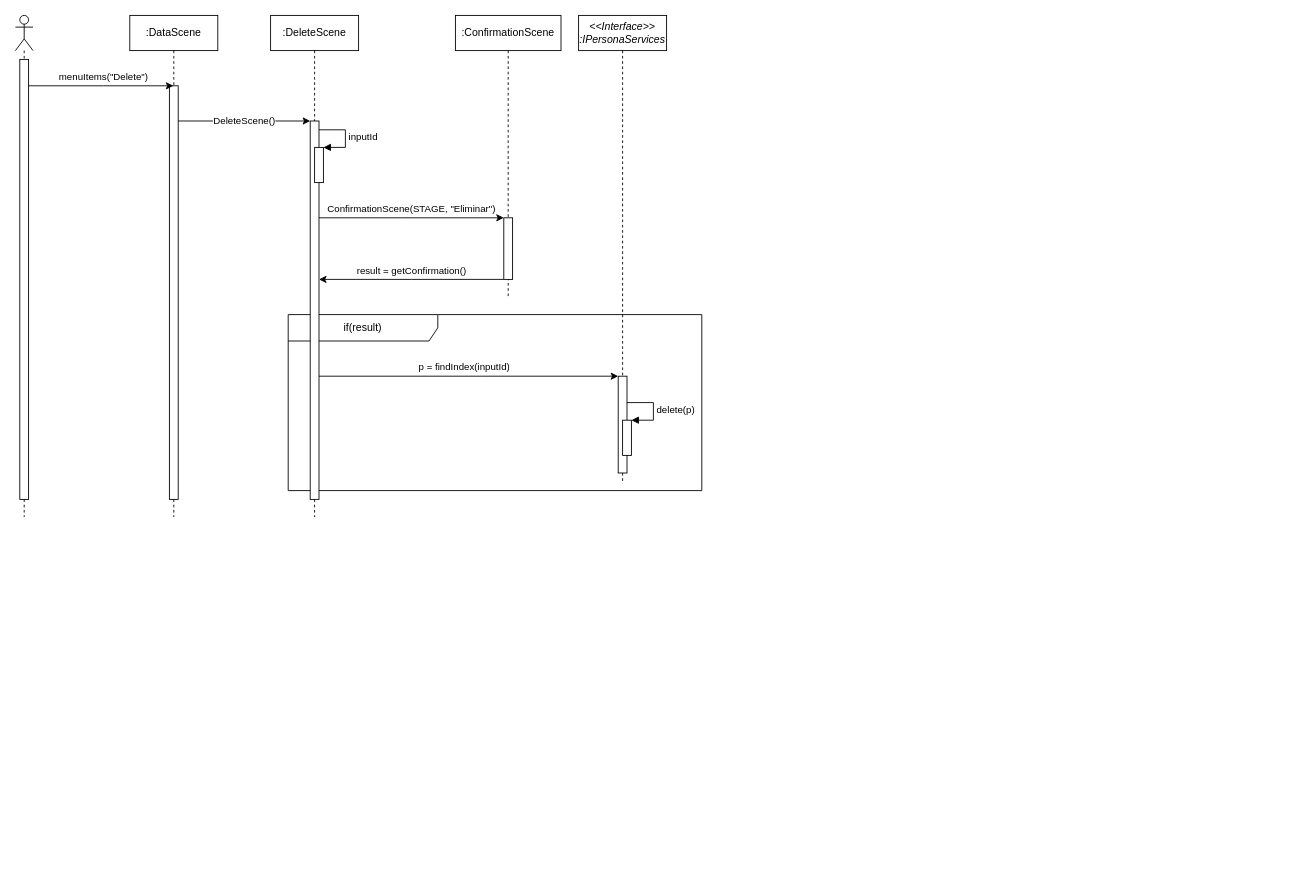
Above: Diagrams/DiagramofSequence-Delete.drawio in Cafeleyos/Entrega-parcial---David-Santos---Camilo-Mu-oz (draw.io), before the change. Source tidied: cells renumbered, new cells numbered last; positions are measured from the earlier drawing's top-left corner, leaving out a move shared by most shapes. Both pictures are drawn from the tidied source at 88%, with x=0, y=0 at pixel (15, 15).
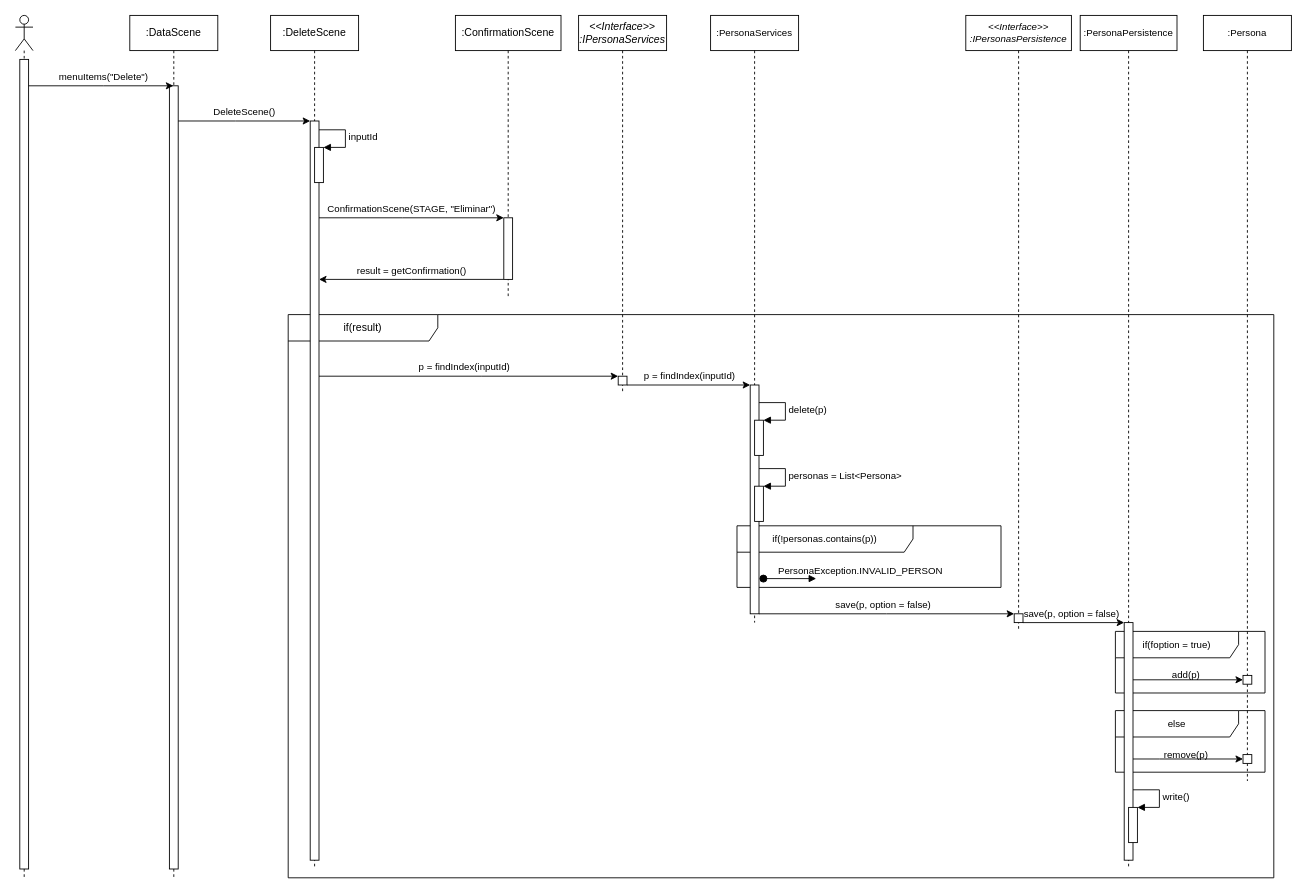
The same page after the edit.

Change to the diagram source:
```diff
@@
     <mxCell id="2" value="if(result)" style="shape=umlFrame;whiteSpace=wrap;html=1;width=170;height=30;" parent="1" vertex="1">
-      <mxGeometry x="310" y="340" width="470" height="200" as="geometry" />
+      <mxGeometry x="310" y="340" width="1120" height="640" as="geometry" />
     </mxCell>
+    <mxCell id="22" value="else" style="shape=umlFrame;whiteSpace=wrap;html=1;fontSize=11;width=140;height=30;" parent="1" vertex="1">
+      <mxGeometry x="1250" y="790" width="170" height="70" as="geometry" />
+    </mxCell>
+    <mxCell id="23" value="if(foption = true)" style="shape=umlFrame;whiteSpace=wrap;html=1;fontSize=11;width=140;height=30;" parent="1" vertex="1">
+      <mxGeometry x="1250" y="700" width="170" height="70" as="geometry" />
+    </mxCell>
+    <mxCell id="24" value="if(!personas.contains(p))" style="shape=umlFrame;whiteSpace=wrap;html=1;fontSize=11;width=200;height=30;" parent="1" vertex="1">
+      <mxGeometry x="820" y="580" width="300" height="70" as="geometry" />
+    </mxCell>
     <mxCell id="3" style="shape=umlLifeline;participant=umlActor;perimeter=lifelinePerimeter;whiteSpace=wrap;html=1;verticalAlign=top;spacingTop=36;" parent="1" vertex="1">
-      <mxGeometry width="20" height="570" as="geometry" />
+      <mxGeometry width="20" height="980" as="geometry" />
     </mxCell>
     <mxCell id="4" style="html=1;points=[];perimeter=orthogonalPerimeter;" parent="3" vertex="1">
-      <mxGeometry x="5" y="50" width="10" height="500" as="geometry" />
+      <mxGeometry x="5" y="50" width="10" height="920" as="geometry" />
     </mxCell>
     <mxCell id="5" value=":DataScene" style="shape=umlLifeline;perimeter=lifelinePerimeter;whiteSpace=wrap;html=1;outlineConnect=0;" parent="1" vertex="1">
-      <mxGeometry x="130" width="100" height="570" as="geometry" />
+      <mxGeometry x="130" width="100" height="980" as="geometry" />
     </mxCell>
     <mxCell id="6" style="html=1;points=[];perimeter=orthogonalPerimeter;" parent="5" vertex="1">
-      <mxGeometry x="45" y="80" width="10" height="470" as="geometry" />
+      <mxGeometry x="45" y="80" width="10" height="890" as="geometry" />
     </mxCell>
@@
     <mxCell id="8" value=":DeleteScene" style="shape=umlLifeline;perimeter=lifelinePerimeter;whiteSpace=wrap;html=1;" parent="1" vertex="1">
-      <mxGeometry x="290" width="100" height="570" as="geometry" />
+      <mxGeometry x="290" width="100" height="970" as="geometry" />
     </mxCell>
     <mxCell id="9" style="html=1;points=[];perimeter=orthogonalPerimeter;" parent="8" vertex="1">
-      <mxGeometry x="45" y="120" width="10" height="430" as="geometry" />
+      <mxGeometry x="45" y="120" width="10" height="840" as="geometry" />
     </mxCell>
@@
     <mxCell id="12" value="DeleteScene()" style="edgeStyle=orthogonalEdgeStyle;rounded=0;jettySize=auto;html=1;" parent="1" edge="1" source="6" target="9">
-      <mxGeometry relative="1" as="geometry">
+      <mxGeometry y="10" relative="1" as="geometry">
         <Array as="points">
           <mxPoint x="250" y="120" />
           <mxPoint x="250" y="120" />
         </Array>
       </mxGeometry>
     </mxCell>
@@
     <mxCell id="17" value="&amp;lt;&amp;lt;Interface&amp;gt;&amp;gt;&lt;br&gt;:IPersonaServices" style="shape=umlLifeline;perimeter=lifelinePerimeter;whiteSpace=wrap;html=1;fontStyle=2;" parent="1" vertex="1">
-      <mxGeometry x="640" width="100" height="530" as="geometry" />
+      <mxGeometry x="640" width="100" height="430" as="geometry" />
     </mxCell>
     <mxCell id="18" style="html=1;points=[];perimeter=orthogonalPerimeter;" parent="17" vertex="1">
-      <mxGeometry x="45" y="410" width="10" height="110" as="geometry" />
+      <mxGeometry x="45" y="410" width="10" height="10" as="geometry" />
     </mxCell>
-    <mxCell id="19" style="html=1;points=[];perimeter=orthogonalPerimeter;" parent="17" vertex="1">
-      <mxGeometry x="50" y="460" width="10" height="40" as="geometry" />
-    </mxCell>
+    <mxCell id="21" value="p = findIndex(inputId)" style="edgeStyle=orthogonalEdgeStyle;rounded=0;jettySize=auto;html=1;" parent="1" edge="1" source="9" target="18">
+      <mxGeometry x="-0.03" y="10" relative="1" as="geometry">
+        <Array as="points">
+          <mxPoint x="530" y="410" />
+          <mxPoint x="530" y="410" />
+        </Array>
+      </mxGeometry>
+    </mxCell>
+    <mxCell id="25" value=":PersonaServices" style="shape=umlLifeline;perimeter=lifelinePerimeter;whiteSpace=wrap;html=1;fontSize=11;" parent="1" vertex="1">
+      <mxGeometry x="790" width="100" height="690" as="geometry" />
+    </mxCell>
+    <mxCell id="26" style="html=1;points=[];perimeter=orthogonalPerimeter;fontSize=11;" parent="25" vertex="1">
+      <mxGeometry x="45" y="420" width="10" height="260" as="geometry" />
+    </mxCell>
+    <mxCell id="27" style="html=1;points=[];perimeter=orthogonalPerimeter;fontSize=11;" parent="25" vertex="1">
+      <mxGeometry x="50" y="460" width="10" height="40" as="geometry" />
+    </mxCell>
-    <mxCell id="20" value="delete(p)" style="edgeStyle=orthogonalEdgeStyle;html=1;align=left;spacingLeft=2;endArrow=block;rounded=0;entryX=1;entryY=0;" parent="17" edge="1" target="19">
+    <mxCell id="20" value="delete(p)" style="edgeStyle=orthogonalEdgeStyle;html=1;align=left;spacingLeft=2;endArrow=block;rounded=0;entryX=1;entryY=0;labelBackgroundColor=none;fontSize=11;endSize=6;" parent="25" edge="1" target="27">
       <mxGeometry relative="1" as="geometry">
         <mxPoint x="55" y="440" as="sourcePoint" />
         <Array as="points">
           <mxPoint x="85" y="440" />
         </Array>
       </mxGeometry>
     </mxCell>
-    <mxCell id="21" value="p = findIndex(inputId)" style="edgeStyle=orthogonalEdgeStyle;rounded=0;jettySize=auto;html=1;" parent="1" edge="1" source="9" target="18">
-      <mxGeometry x="-0.03" y="10" relative="1" as="geometry">
-        <Array as="points">
-          <mxPoint x="530" y="410" />
-          <mxPoint x="530" y="410" />
-        </Array>
-      </mxGeometry>
-    </mxCell>
+    <mxCell id="28" style="html=1;points=[];perimeter=orthogonalPerimeter;fontSize=11;" parent="25" vertex="1">
+      <mxGeometry x="50" y="535" width="10" height="40" as="geometry" />
+    </mxCell>
+    <mxCell id="29" value="personas = List&amp;lt;Persona&amp;gt;" style="edgeStyle=orthogonalEdgeStyle;html=1;align=left;spacingLeft=2;endArrow=block;rounded=0;entryX=1;entryY=0;labelBackgroundColor=none;fontSize=11;endSize=6;" parent="25" edge="1" target="28">
+      <mxGeometry relative="1" as="geometry">
+        <mxPoint x="55" y="515" as="sourcePoint" />
+        <Array as="points">
+          <mxPoint x="85" y="515" />
+        </Array>
+      </mxGeometry>
+    </mxCell>
+    <mxCell id="30" value="PersonaException.INVALID_PERSON" style="html=1;verticalAlign=bottom;startArrow=oval;startFill=1;endArrow=block;startSize=8;labelBackgroundColor=none;fontSize=11;" parent="25" edge="1">
+      <mxGeometry x="1" y="50" relative="1" as="geometry">
+        <mxPoint x="60" y="640" as="sourcePoint" />
+        <mxPoint x="120" y="640" as="targetPoint" />
+        <mxPoint x="50" y="50" as="offset" />
+      </mxGeometry>
+    </mxCell>
+    <mxCell id="31" value="&lt;span style=&quot;background-color: rgb(255 , 255 , 255)&quot;&gt;p = findIndex(inputId)&lt;/span&gt;" style="edgeStyle=orthogonalEdgeStyle;rounded=0;jettySize=auto;html=1;labelBackgroundColor=none;fontSize=11;endSize=6;" parent="1" edge="1" source="18" target="26">
+      <mxGeometry x="0.02" y="10" relative="1" as="geometry">
+        <Array as="points">
+          <mxPoint x="720" y="420" />
+          <mxPoint x="720" y="420" />
+        </Array>
+      </mxGeometry>
+    </mxCell>
+    <mxCell id="32" value="&amp;lt;&amp;lt;Interface&amp;gt;&amp;gt;&lt;br&gt;:IPersonasPersistence" style="shape=umlLifeline;perimeter=lifelinePerimeter;whiteSpace=wrap;html=1;fontSize=11;fontStyle=2;" parent="1" vertex="1">
+      <mxGeometry x="1080" width="120" height="700" as="geometry" />
+    </mxCell>
+    <mxCell id="33" style="html=1;points=[];perimeter=orthogonalPerimeter;fontSize=11;" parent="32" vertex="1">
+      <mxGeometry x="55" y="680" width="10" height="10" as="geometry" />
+    </mxCell>
+    <mxCell id="34" value="save(p, option = false)" style="edgeStyle=orthogonalEdgeStyle;rounded=0;jettySize=auto;html=1;labelBackgroundColor=none;fontSize=11;endSize=6;" parent="1" edge="1" source="26" target="33">
+      <mxGeometry x="-0.03" y="10" relative="1" as="geometry">
+        <Array as="points">
+          <mxPoint x="990" y="680" />
+          <mxPoint x="990" y="680" />
+        </Array>
+      </mxGeometry>
+    </mxCell>
+    <mxCell id="35" value=":PersonaPersistence" style="shape=umlLifeline;perimeter=lifelinePerimeter;whiteSpace=wrap;html=1;fontSize=11;" parent="1" vertex="1">
+      <mxGeometry x="1210" width="110" height="970" as="geometry" />
+    </mxCell>
+    <mxCell id="36" style="html=1;points=[];perimeter=orthogonalPerimeter;fontSize=11;" parent="35" vertex="1">
+      <mxGeometry x="50" y="690" width="10" height="270" as="geometry" />
+    </mxCell>
+    <mxCell id="37" style="html=1;points=[];perimeter=orthogonalPerimeter;fontSize=11;" parent="35" vertex="1">
+      <mxGeometry x="55" y="900" width="10" height="40" as="geometry" />
+    </mxCell>
+    <mxCell id="38" value="write()" style="edgeStyle=orthogonalEdgeStyle;html=1;align=left;spacingLeft=2;endArrow=block;rounded=0;entryX=1;entryY=0;labelBackgroundColor=none;fontSize=11;endSize=6;" parent="35" edge="1" target="37">
+      <mxGeometry relative="1" as="geometry">
+        <mxPoint x="60" y="880" as="sourcePoint" />
+        <Array as="points">
+          <mxPoint x="90" y="880" />
+        </Array>
+      </mxGeometry>
+    </mxCell>
+    <mxCell id="39" value="save(p, option = false)" style="edgeStyle=orthogonalEdgeStyle;rounded=0;jettySize=auto;html=1;labelBackgroundColor=none;fontSize=11;endSize=6;" parent="1" edge="1" source="33" target="36">
+      <mxGeometry x="-0.04" y="10" relative="1" as="geometry">
+        <Array as="points">
+          <mxPoint x="1170" y="690" />
+          <mxPoint x="1170" y="690" />
+        </Array>
+      </mxGeometry>
+    </mxCell>
+    <mxCell id="40" value=":Persona" style="shape=umlLifeline;perimeter=lifelinePerimeter;whiteSpace=wrap;html=1;fontSize=11;" parent="1" vertex="1">
+      <mxGeometry x="1350" width="100" height="870" as="geometry" />
+    </mxCell>
+    <mxCell id="41" style="html=1;points=[];perimeter=orthogonalPerimeter;fontSize=11;" parent="40" vertex="1">
+      <mxGeometry x="45" y="750" width="10" height="10" as="geometry" />
+    </mxCell>
+    <mxCell id="42" style="html=1;points=[];perimeter=orthogonalPerimeter;fontSize=11;" parent="40" vertex="1">
+      <mxGeometry x="45" y="840" width="10" height="10" as="geometry" />
+    </mxCell>
+    <mxCell id="43" value="add(p)" style="edgeStyle=orthogonalEdgeStyle;rounded=0;jettySize=auto;html=1;labelBackgroundColor=none;fontSize=11;endSize=6;" parent="1" edge="1" source="36" target="41">
+      <mxGeometry x="-0.04" y="5" relative="1" as="geometry">
+        <Array as="points">
+          <mxPoint x="1320" y="755" />
+          <mxPoint x="1320" y="755" />
+        </Array>
+      </mxGeometry>
+    </mxCell>
+    <mxCell id="44" value="remove(p)" style="edgeStyle=orthogonalEdgeStyle;rounded=0;jettySize=auto;html=1;labelBackgroundColor=none;fontSize=11;endSize=6;" parent="1" edge="1" source="36" target="42">
+      <mxGeometry x="-0.04" y="5" relative="1" as="geometry">
+        <Array as="points">
+          <mxPoint x="1300" y="845" />
+          <mxPoint x="1300" y="845" />
+        </Array>
+      </mxGeometry>
+    </mxCell>
```
